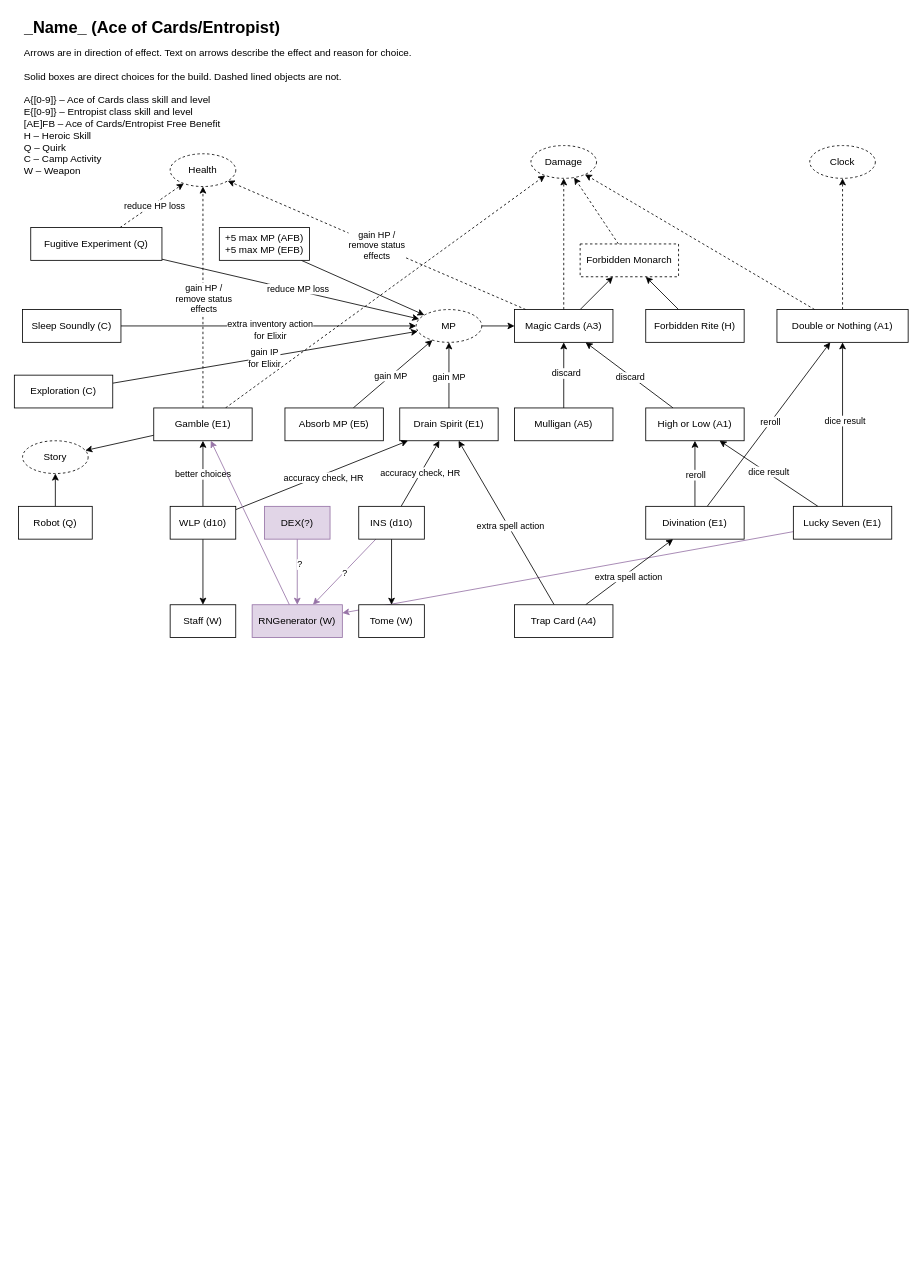
The draw.io diagram Fab_Ult_Ace_of_Cards.drawio in nzNancyZhao/drawio, before the edit. Source tidied: cells renumbered, new cells numbered last; positions are measured from the earlier drawing's top-left corner, leaving out a move shared by most shapes. Both pictures are drawn from the tidied source at 82%, with x=0, y=0 at pixel (14, 14).
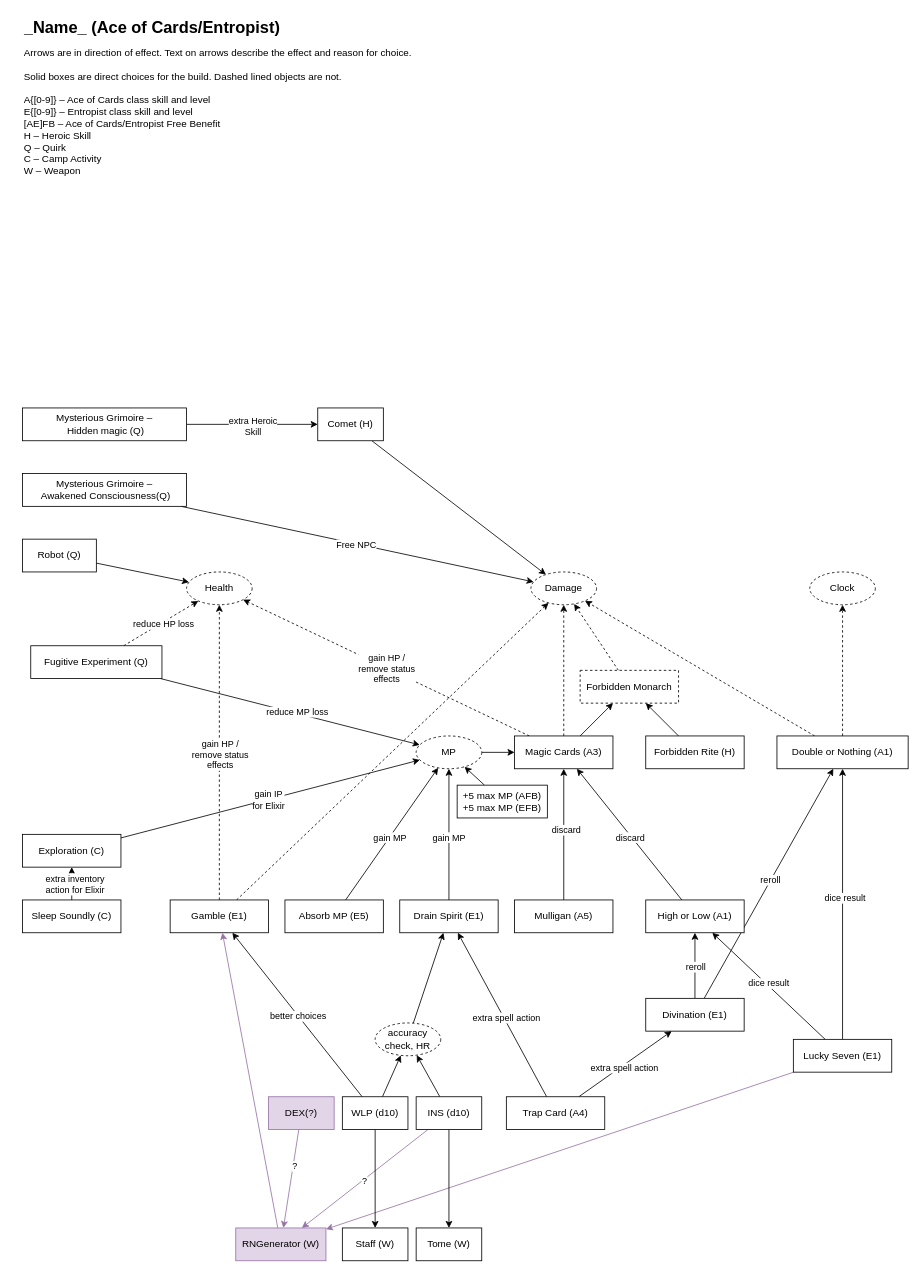
Above is the later version.

Commit message:
more quirk choices and reformatting

Change to the diagram source:
```diff
@@
+    <mxCell id="78" value="&lt;h1 style=&quot;margin-top: 0px; line-height: 64%;&quot;&gt;&lt;font style=&quot;font-size: 20px;&quot;&gt;_Name_ (Ace of Cards/Entropist)&lt;/font&gt;&lt;/h1&gt;&lt;div&gt;Arrows are in direction of effect. Text on arrows describe the effect and reason for choice.&lt;br&gt;&lt;/div&gt;&lt;div&gt;&lt;br&gt;&lt;/div&gt;&lt;div&gt;Solid boxes are direct choices for the build. Dashed lined objects are not.&lt;br&gt;&lt;/div&gt;&lt;div&gt;&lt;br&gt;&lt;/div&gt;&lt;div&gt;A{[0-9]} – Ace of Cards class skill and level&lt;br&gt;&lt;/div&gt;&lt;div&gt;E{[0-9]}  – Entropist class skill and level&lt;/div&gt;&lt;div&gt;[AE]FB – Ace of Cards/Entropist Free Benefit&lt;br&gt;&lt;/div&gt;&lt;div&gt;H – Heroic Skill&lt;br&gt;&lt;/div&gt;&lt;div&gt;Q – Quirk&lt;/div&gt;&lt;div&gt;C – Camp Activity&lt;/div&gt;&lt;div&gt;W – Weapon&lt;br&gt;&lt;/div&gt;" style="text;html=1;whiteSpace=wrap;overflow=hidden;rounded=0;" parent="1" vertex="1">
+      <mxGeometry x="10" width="530" height="200" as="geometry" />
+    </mxCell>
@@
     <mxCell id="6" value="Magic Cards (A3)" style="rounded=0;whiteSpace=wrap;html=1;" parent="1" vertex="1">
-      <mxGeometry x="610" y="360" width="120" height="40" as="geometry" />
+      <mxGeometry x="610" y="880" width="120" height="40" as="geometry" />
     </mxCell>
@@
     <mxCell id="8" value="Forbidden Monarch" style="rounded=0;whiteSpace=wrap;html=1;dashed=1;" parent="1" vertex="1">
-      <mxGeometry x="690" y="280" width="120" height="40" as="geometry" />
+      <mxGeometry x="690" y="800" width="120" height="40" as="geometry" />
     </mxCell>
@@
     <mxCell id="11" value="Absorb MP (E5)" style="rounded=0;whiteSpace=wrap;html=1;" parent="1" vertex="1">
-      <mxGeometry x="330" y="480" width="120" height="40" as="geometry" />
+      <mxGeometry x="330" y="1080" width="120" height="40" as="geometry" />
     </mxCell>
@@
     <mxCell id="14" value="&lt;div&gt;Mulligan (A5)&lt;/div&gt;" style="rounded=0;whiteSpace=wrap;html=1;" parent="1" vertex="1">
-      <mxGeometry x="610" y="480" width="120" height="40" as="geometry" />
+      <mxGeometry x="610" y="1080" width="120" height="40" as="geometry" />
     </mxCell>
     <mxCell id="15" value="Damage" style="ellipse;whiteSpace=wrap;html=1;dashed=1;" parent="1" vertex="1">
-      <mxGeometry x="630" y="160" width="80" height="40" as="geometry" />
+      <mxGeometry x="630" y="680" width="80" height="40" as="geometry" />
     </mxCell>
     <mxCell id="16" value="Clock" style="ellipse;whiteSpace=wrap;html=1;dashed=1;" parent="1" vertex="1">
-      <mxGeometry x="970" y="160" width="80" height="40" as="geometry" />
+      <mxGeometry x="970" y="680" width="80" height="40" as="geometry" />
     </mxCell>
@@
     <mxCell id="21" value="Divination (E1)" style="rounded=0;whiteSpace=wrap;html=1;" parent="1" vertex="1">
-      <mxGeometry x="770" y="600" width="120" height="40" as="geometry" />
+      <mxGeometry x="770" y="1200" width="120" height="40" as="geometry" />
     </mxCell>
@@
     <mxCell id="24" value="High or Low (A1)" style="rounded=0;whiteSpace=wrap;html=1;" parent="1" vertex="1">
-      <mxGeometry x="770" y="480" width="120" height="40" as="geometry" />
+      <mxGeometry x="770" y="1080" width="120" height="40" as="geometry" />
     </mxCell>
@@
     <mxCell id="30" value="Lucky Seven (E1)" style="rounded=0;whiteSpace=wrap;html=1;" parent="1" vertex="1">
-      <mxGeometry x="950" y="600" width="120" height="40" as="geometry" />
+      <mxGeometry x="950" y="1250" width="120" height="40" as="geometry" />
     </mxCell>
@@
     <mxCell id="32" value="Forbidden Rite (H)" style="rounded=0;whiteSpace=wrap;html=1;" parent="1" vertex="1">
-      <mxGeometry x="770" y="360" width="120" height="40" as="geometry" />
+      <mxGeometry x="770" y="880" width="120" height="40" as="geometry" />
     </mxCell>
@@
     <mxCell id="35" value="Drain Spirit (E1)" style="rounded=0;whiteSpace=wrap;html=1;" parent="1" vertex="1">
-      <mxGeometry x="470" y="480" width="120" height="40" as="geometry" />
+      <mxGeometry x="470" y="1080" width="120" height="40" as="geometry" />
     </mxCell>
@@
     <mxCell id="40" value="&lt;div&gt;Trap Card (A4)&lt;/div&gt;" style="rounded=0;whiteSpace=wrap;html=1;" parent="1" vertex="1">
-      <mxGeometry x="610" y="720" width="120" height="40" as="geometry" />
+      <mxGeometry x="600" y="1320" width="120" height="40" as="geometry" />
     </mxCell>
-    <mxCell id="41" style="rounded=0;jettySize=auto;html=1;" parent="1" edge="1" source="46" target="35">
-      <mxGeometry relative="1" as="geometry" />
-    </mxCell>
-    <mxCell id="42" value="accuracy check, HR" style="edgeLabel;html=1;align=center;verticalAlign=middle;" parent="41" vertex="1">
-      <mxGeometry x="0.01" y="1" relative="1" as="geometry" />
-    </mxCell>
@@
+    <mxCell id="89" style="rounded=0;jettySize=auto;html=1;" parent="1" edge="1" source="46" target="98">
+      <mxGeometry relative="1" as="geometry" />
+    </mxCell>
     <mxCell id="46" value="&lt;div&gt;INS (d10)&lt;/div&gt;" style="rounded=0;whiteSpace=wrap;html=1;" parent="1" vertex="1">
-      <mxGeometry x="420" y="600" width="80" height="40" as="geometry" />
+      <mxGeometry x="490" y="1320" width="80" height="40" as="geometry" />
     </mxCell>
-    <mxCell id="47" style="rounded=0;jettySize=auto;html=1;" parent="1" edge="1" source="52" target="35">
-      <mxGeometry relative="1" as="geometry" />
-    </mxCell>
-    <mxCell id="48" value="accuracy check, HR" style="edgeLabel;html=1;align=center;verticalAlign=middle;" parent="47" vertex="1">
-      <mxGeometry x="0.01" y="-3" relative="1" as="geometry" />
-    </mxCell>
@@
+    <mxCell id="90" style="rounded=0;jettySize=auto;html=1;" parent="1" edge="1" source="52" target="98">
+      <mxGeometry relative="1" as="geometry" />
+    </mxCell>
     <mxCell id="52" value="WLP (d10)" style="rounded=0;whiteSpace=wrap;html=1;" parent="1" vertex="1">
-      <mxGeometry x="190" y="600" width="80" height="40" as="geometry" />
+      <mxGeometry x="400" y="1320" width="80" height="40" as="geometry" />
     </mxCell>
@@
     <mxCell id="55" value="Double or Nothing (A1)" style="rounded=0;whiteSpace=wrap;html=1;" parent="1" vertex="1">
-      <mxGeometry x="930" y="360" width="160" height="40" as="geometry" />
+      <mxGeometry x="930" y="880" width="160" height="40" as="geometry" />
     </mxCell>
@@
-    <mxCell id="59" style="rounded=0;jettySize=auto;html=1;" parent="1" edge="1" source="60" target="86">
-      <mxGeometry relative="1" as="geometry" />
-    </mxCell>
     <mxCell id="60" value="Gamble (E1)" style="rounded=0;whiteSpace=wrap;html=1;" parent="1" vertex="1">
-      <mxGeometry x="170" y="480" width="120" height="40" as="geometry" />
+      <mxGeometry x="190" y="1080" width="120" height="40" as="geometry" />
     </mxCell>
     <mxCell id="61" value="Health" style="ellipse;whiteSpace=wrap;html=1;dashed=1;" parent="1" vertex="1">
-      <mxGeometry x="190" y="170" width="80" height="40" as="geometry" />
+      <mxGeometry x="210" y="680" width="80" height="40" as="geometry" />
     </mxCell>
@@
     <mxCell id="63" value="MP" style="ellipse;whiteSpace=wrap;html=1;dashed=1;" parent="1" vertex="1">
-      <mxGeometry x="490" y="360" width="80" height="40" as="geometry" />
+      <mxGeometry x="490" y="880" width="80" height="40" as="geometry" />
     </mxCell>
@@
     <mxCell id="68" value="Fugitive Experiment (Q)" style="rounded=0;whiteSpace=wrap;html=1;" parent="1" vertex="1">
-      <mxGeometry x="20" y="260" width="160" height="40" as="geometry" />
+      <mxGeometry x="20" y="770" width="160" height="40" as="geometry" />
     </mxCell>
     <mxCell id="69" value="Staff (W)" style="rounded=0;whiteSpace=wrap;html=1;" parent="1" vertex="1">
-      <mxGeometry x="190" y="720" width="80" height="40" as="geometry" />
+      <mxGeometry x="400" y="1480" width="80" height="40" as="geometry" />
     </mxCell>
     <mxCell id="70" value="Tome (W)" style="rounded=0;whiteSpace=wrap;html=1;" parent="1" vertex="1">
-      <mxGeometry x="420" y="720" width="80" height="40" as="geometry" />
+      <mxGeometry x="490" y="1480" width="80" height="40" as="geometry" />
     </mxCell>
@@
-    <mxCell id="72" style="rounded=0;jettySize=auto;html=1;" parent="1" edge="1" source="74" target="63">
+    <mxCell id="72" style="rounded=0;jettySize=auto;html=1;" parent="1" edge="1" source="74" target="77">
       <mxGeometry relative="1" as="geometry" />
     </mxCell>
-    <mxCell id="73" value="extra inventory action&lt;br&gt;for Elixir" style="edgeLabel;html=1;align=center;verticalAlign=middle;" parent="72" vertex="1">
+    <mxCell id="73" value="extra inventory &lt;br&gt;action for Elixir" style="edgeLabel;html=1;align=center;verticalAlign=middle;" parent="72" vertex="1">
       <mxGeometry x="0.01" y="-4" relative="1" as="geometry">
         <mxPoint x="-1" as="offset" />
       </mxGeometry>
     </mxCell>
     <mxCell id="74" value="Sleep Soundly (C)" style="rounded=0;whiteSpace=wrap;html=1;" parent="1" vertex="1">
-      <mxGeometry x="10" y="360" width="120" height="40" as="geometry" />
+      <mxGeometry x="10" y="1080" width="120" height="40" as="geometry" />
     </mxCell>
@@
     <mxCell id="77" value="Exploration (C)" style="rounded=0;whiteSpace=wrap;html=1;" parent="1" vertex="1">
-      <mxGeometry y="440" width="120" height="40" as="geometry" />
+      <mxGeometry x="10" y="1000" width="120" height="40" as="geometry" />
     </mxCell>
-    <mxCell id="78" value="&lt;h1 style=&quot;margin-top: 0px; line-height: 64%;&quot;&gt;&lt;font style=&quot;font-size: 20px;&quot;&gt;_Name_ (Ace of Cards/Entropist)&lt;/font&gt;&lt;/h1&gt;&lt;div&gt;Arrows are in direction of effect. Text on arrows describe the effect and reason for choice.&lt;br&gt;&lt;/div&gt;&lt;div&gt;&lt;br&gt;&lt;/div&gt;&lt;div&gt;Solid boxes are direct choices for the build. Dashed lined objects are not.&lt;br&gt;&lt;/div&gt;&lt;div&gt;&lt;br&gt;&lt;/div&gt;&lt;div&gt;A{[0-9]} – Ace of Cards class skill and level&lt;br&gt;&lt;/div&gt;&lt;div&gt;E{[0-9]}  – Entropist class skill and level&lt;/div&gt;&lt;div&gt;[AE]FB – Ace of Cards/Entropist Free Benefit&lt;br&gt;&lt;/div&gt;&lt;div&gt;H – Heroic Skill&lt;br&gt;&lt;/div&gt;&lt;div&gt;Q – Quirk&lt;/div&gt;&lt;div&gt;C – Camp Activity&lt;/div&gt;&lt;div&gt;W – Weapon&lt;br&gt;&lt;/div&gt;" style="text;html=1;whiteSpace=wrap;overflow=hidden;rounded=0;" parent="1" vertex="1">
-      <mxGeometry x="10" width="530" height="200" as="geometry" />
-    </mxCell>
@@
     <mxCell id="80" value="RNGenerator (W)" style="rounded=0;whiteSpace=wrap;html=1;fillColor=#e1d5e7;strokeColor=#9673a6;" parent="1" vertex="1">
-      <mxGeometry x="290" y="720" width="110" height="40" as="geometry" />
+      <mxGeometry x="270" y="1480" width="110" height="40" as="geometry" />
     </mxCell>
@@
     <mxCell id="83" value="&lt;div&gt;DEX(?)&lt;br&gt;&lt;/div&gt;" style="rounded=0;whiteSpace=wrap;html=1;fillColor=#e1d5e7;strokeColor=#9673a6;" parent="1" vertex="1">
-      <mxGeometry x="305" y="600" width="80" height="40" as="geometry" />
+      <mxGeometry x="310" y="1320" width="80" height="40" as="geometry" />
     </mxCell>
-    <mxCell id="84" style="rounded=0;jettySize=auto;html=1;" parent="1" edge="1" source="85" target="86">
-      <mxGeometry relative="1" as="geometry" />
-    </mxCell>
+    <mxCell id="91" style="rounded=0;jettySize=auto;html=1;" parent="1" edge="1" source="85" target="61">
+      <mxGeometry relative="1" as="geometry" />
+    </mxCell>
     <mxCell id="85" value="Robot (Q)" style="rounded=0;whiteSpace=wrap;html=1;" parent="1" vertex="1">
-      <mxGeometry x="5" y="600" width="90" height="40" as="geometry" />
+      <mxGeometry x="10" y="640" width="90" height="40" as="geometry" />
     </mxCell>
-    <mxCell id="86" value="Story" style="ellipse;whiteSpace=wrap;html=1;dashed=1;" parent="1" vertex="1">
-      <mxGeometry x="10" y="520" width="80" height="40" as="geometry" />
-    </mxCell>
@@
     <mxCell id="88" value="&lt;div&gt;+5 max MP (AFB)&lt;/div&gt;&lt;div&gt;+5 max MP (EFB)&lt;br&gt;&lt;/div&gt;" style="rounded=0;whiteSpace=wrap;html=1;" parent="1" vertex="1">
-      <mxGeometry x="250" y="260" width="110" height="40" as="geometry" />
+      <mxGeometry x="540" y="940" width="110" height="40" as="geometry" />
     </mxCell>
+    <mxCell id="92" style="rounded=0;jettySize=auto;html=1;" parent="1" edge="1" source="94" target="96">
+      <mxGeometry relative="1" as="geometry" />
+    </mxCell>
+    <mxCell id="93" value="extra Heroic &lt;br&gt;Skill" style="edgeLabel;html=1;align=center;verticalAlign=middle;" parent="92" vertex="1">
+      <mxGeometry y="-2" relative="1" as="geometry" />
+    </mxCell>
+    <mxCell id="94" value="Mysterious Grimoire – &lt;br&gt;&amp;nbsp;Hidden magic (Q)" style="rounded=0;whiteSpace=wrap;html=1;" parent="1" vertex="1">
+      <mxGeometry x="10" y="480" width="200" height="40" as="geometry" />
+    </mxCell>
+    <mxCell id="95" style="rounded=0;jettySize=auto;html=1;" parent="1" edge="1" source="96" target="15">
+      <mxGeometry relative="1" as="geometry" />
+    </mxCell>
+    <mxCell id="96" value="Comet (H)" style="rounded=0;whiteSpace=wrap;html=1;" parent="1" vertex="1">
+      <mxGeometry x="370" y="480" width="80" height="40" as="geometry" />
+    </mxCell>
+    <mxCell id="97" style="rounded=0;jettySize=auto;html=1;" parent="1" edge="1" source="98" target="35">
+      <mxGeometry relative="1" as="geometry" />
+    </mxCell>
+    <mxCell id="98" value="accuracy check, HR" style="ellipse;whiteSpace=wrap;html=1;dashed=1;" parent="1" vertex="1">
+      <mxGeometry x="440" y="1230" width="80" height="40" as="geometry" />
+    </mxCell>
+    <mxCell id="99" style="rounded=0;jettySize=auto;html=1;" parent="1" edge="1" source="101" target="15">
+      <mxGeometry relative="1" as="geometry" />
+    </mxCell>
+    <mxCell id="100" value="Free NPC" style="edgeLabel;html=1;align=center;verticalAlign=middle;" parent="99" vertex="1">
+      <mxGeometry x="-0.01" relative="1" as="geometry">
+        <mxPoint y="1" as="offset" />
+      </mxGeometry>
+    </mxCell>
+    <mxCell id="101" value="Mysterious Grimoire – &lt;br&gt;&amp;nbsp;Awakened Consciousness(Q)" style="rounded=0;whiteSpace=wrap;html=1;" parent="1" vertex="1">
+      <mxGeometry x="10" y="560" width="200" height="40" as="geometry" />
+    </mxCell>
```
